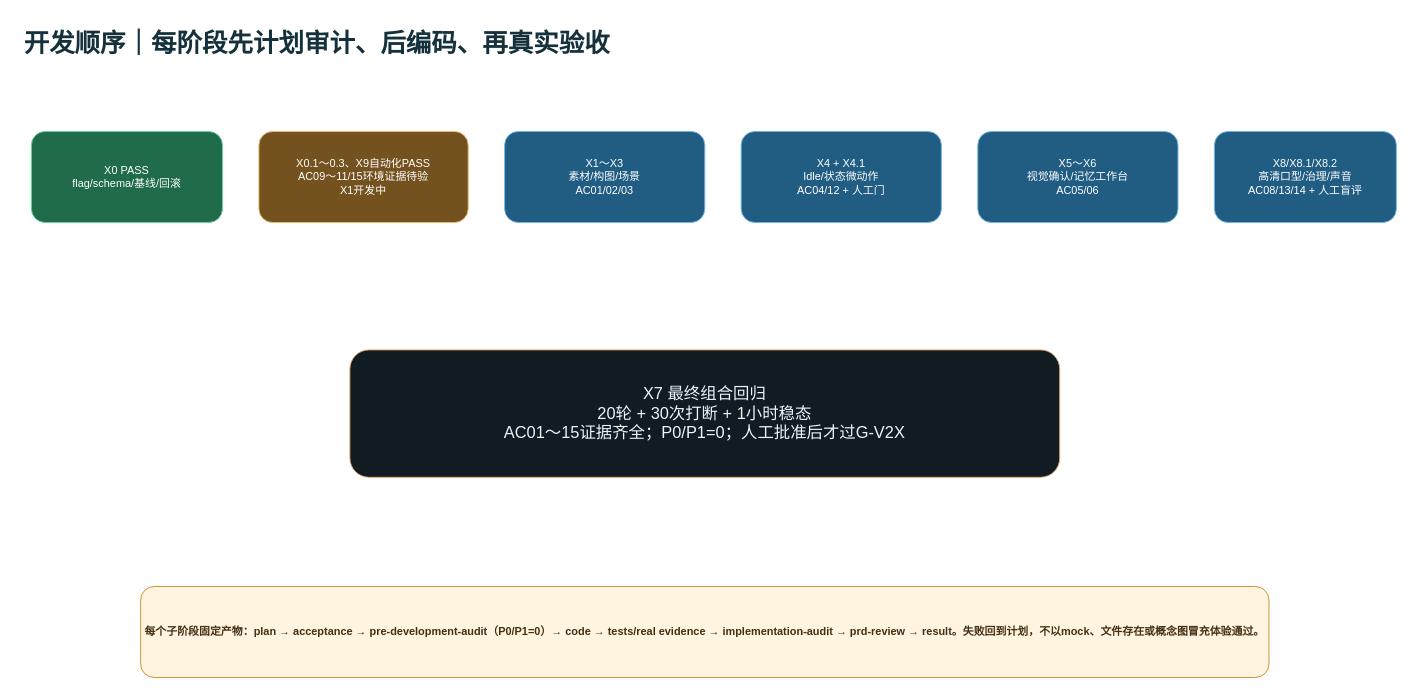
This is page "06-开发顺序与里程碑" (6 of 8) of docs/architecture/v2-x-gap.drawio from ljx418/cyberWife, a draw.io file, before an edit. Source tidied: cells renumbered, new cells numbered last; positions are measured from the earlier drawing's top-left corner, leaving out a move shared by most shapes. Both pictures are drawn from the tidied source at 91%, with x=0, y=0 at pixel (22, 22).
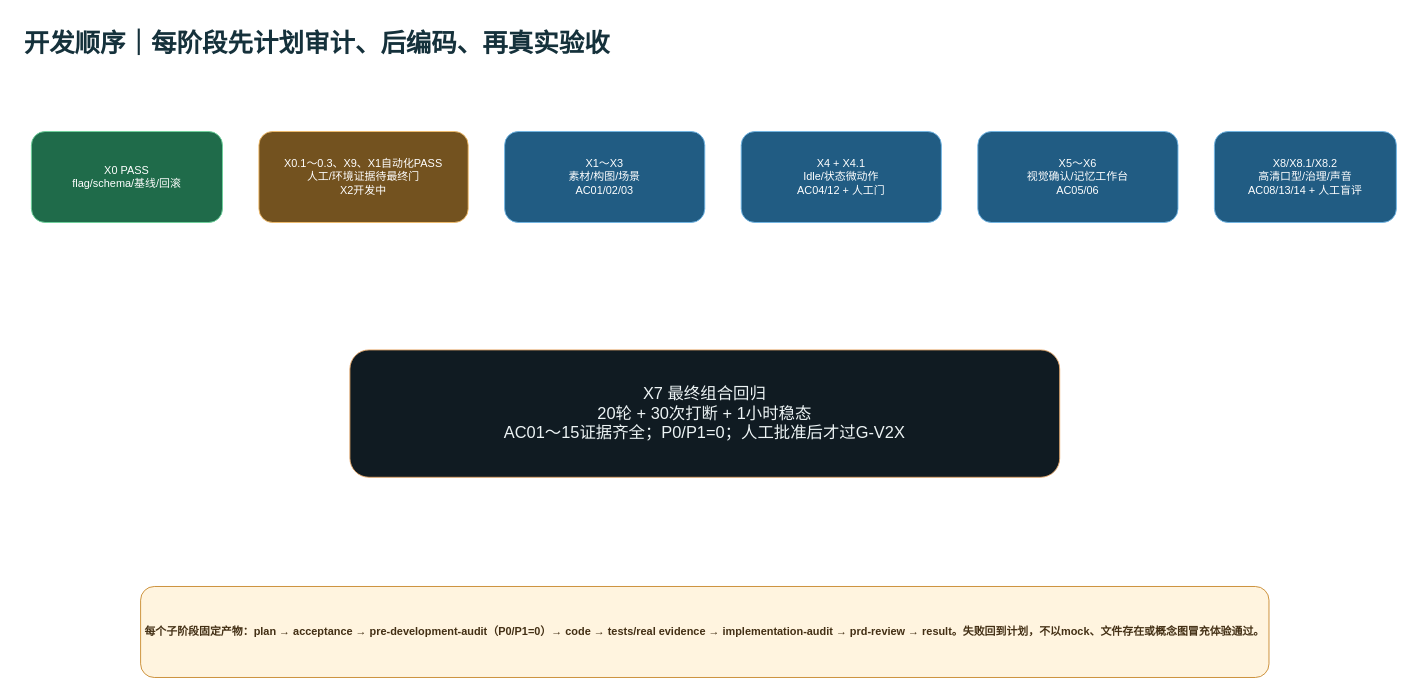
The same diagram, later.

The edit, as a diff of the source:
```diff
@@
 <mxGraphModel>
   <root>
     <mxCell id="0" />
     <mxCell id="1" parent="0" />
     <mxCell id="2" value="开发顺序｜每阶段先计划审计、后编码、再真实验收" style="text;html=1;fontSize=28;fontStyle=1;fontColor=#15313B;" parent="1" vertex="1">
       <mxGeometry width="1300" height="50" as="geometry" />
     </mxCell>
     <mxCell id="3" value="X0 PASS&#10;flag/schema/基线/回滚" style="rounded=1;whiteSpace=wrap;html=1;fillColor=#1F6B4A;strokeColor=#6ED39C;fontColor=#FFFFFF;" parent="1" vertex="1">
       <mxGeometry x="10" y="120" width="210" height="100" as="geometry" />
     </mxCell>
-    <mxCell id="4" value="X0.1～0.3、X9自动化PASS&#10;AC09～11/15环境证据待验&#10;X1开发中" style="rounded=1;whiteSpace=wrap;html=1;fillColor=#73521F;strokeColor=#F2BD6B;fontColor=#FFFFFF;" parent="1" vertex="1">
+    <mxCell id="4" value="X0.1～0.3、X9、X1自动化PASS&#10;人工/环境证据待最终门&#10;X2开发中" style="rounded=1;whiteSpace=wrap;html=1;fillColor=#73521F;strokeColor=#F2BD6B;fontColor=#FFFFFF;" parent="1" vertex="1">
       <mxGeometry x="260" y="120" width="230" height="100" as="geometry" />
     </mxCell>
     <mxCell id="5" value="X1～X3&#10;素材/构图/场景&#10;AC01/02/03" style="rounded=1;whiteSpace=wrap;html=1;fillColor=#215C83;strokeColor=#71B7E6;fontColor=#FFFFFF;" parent="1" vertex="1">
       <mxGeometry x="530" y="120" width="220" height="100" as="geometry" />
     </mxCell>
     <mxCell id="6" value="X4 + X4.1&#10;Idle/状态微动作&#10;AC04/12 + 人工门" style="rounded=1;whiteSpace=wrap;html=1;fillColor=#215C83;strokeColor=#71B7E6;fontColor=#FFFFFF;" parent="1" vertex="1">
       <mxGeometry x="790" y="120" width="220" height="100" as="geometry" />
     </mxCell>
     <mxCell id="7" value="X5～X6&#10;视觉确认/记忆工作台&#10;AC05/06" style="rounded=1;whiteSpace=wrap;html=1;fillColor=#215C83;strokeColor=#71B7E6;fontColor=#FFFFFF;" parent="1" vertex="1">
       <mxGeometry x="1050" y="120" width="220" height="100" as="geometry" />
     </mxCell>
     <mxCell id="8" value="X8/X8.1/X8.2&#10;高清口型/治理/声音&#10;AC08/13/14 + 人工盲评" style="rounded=1;whiteSpace=wrap;html=1;fillColor=#215C83;strokeColor=#71B7E6;fontColor=#FFFFFF;" parent="1" vertex="1">
       <mxGeometry x="1310" y="120" width="200" height="100" as="geometry" />
     </mxCell>
     <mxCell id="9" value="X7 最终组合回归&#10;20轮 + 30次打断 + 1小时稳态&#10;AC01～15证据齐全；P0/P1=0；人工批准后才过G-V2X" style="rounded=1;whiteSpace=wrap;html=1;fillColor=#101B22;strokeColor=#E4A668;fontColor=#EDF4F5;fontSize=18;" parent="1" vertex="1">
       <mxGeometry x="360" y="360" width="780" height="140" as="geometry" />
     </mxCell>
     <mxCell id="10" value="每个子阶段固定产物：plan → acceptance → pre-development-audit（P0/P1=0）→ code → tests/real evidence → implementation-audit → prd-review → result。失败回到计划，不以mock、文件存在或概念图冒充体验通过。" style="rounded=1;whiteSpace=wrap;html=1;fillColor=#FFF4DF;strokeColor=#C8892E;fontColor=#432F14;fontStyle=1;" parent="1" vertex="1">
       <mxGeometry x="130" y="620" width="1240" height="100" as="geometry" />
     </mxCell>
     <mxCell id="11" style="edgeStyle=orthogonalEdgeStyle;endArrow=block;" parent="1" edge="1" source="3" target="4" />
     <mxCell id="12" style="edgeStyle=orthogonalEdgeStyle;endArrow=block;" parent="1" edge="1" source="4" target="5" />
     <mxCell id="13" style="edgeStyle=orthogonalEdgeStyle;endArrow=block;" parent="1" edge="1" source="5" target="6" />
     <mxCell id="14" style="edgeStyle=orthogonalEdgeStyle;endArrow=block;" parent="1" edge="1" source="6" target="7" />
     <mxCell id="15" style="edgeStyle=orthogonalEdgeStyle;endArrow=block;" parent="1" edge="1" source="7" target="8" />
     <mxCell id="16" style="edgeStyle=orthogonalEdgeStyle;endArrow=block;" parent="1" edge="1" source="8" target="9" />
   </root>
 </mxGraphModel>
```
